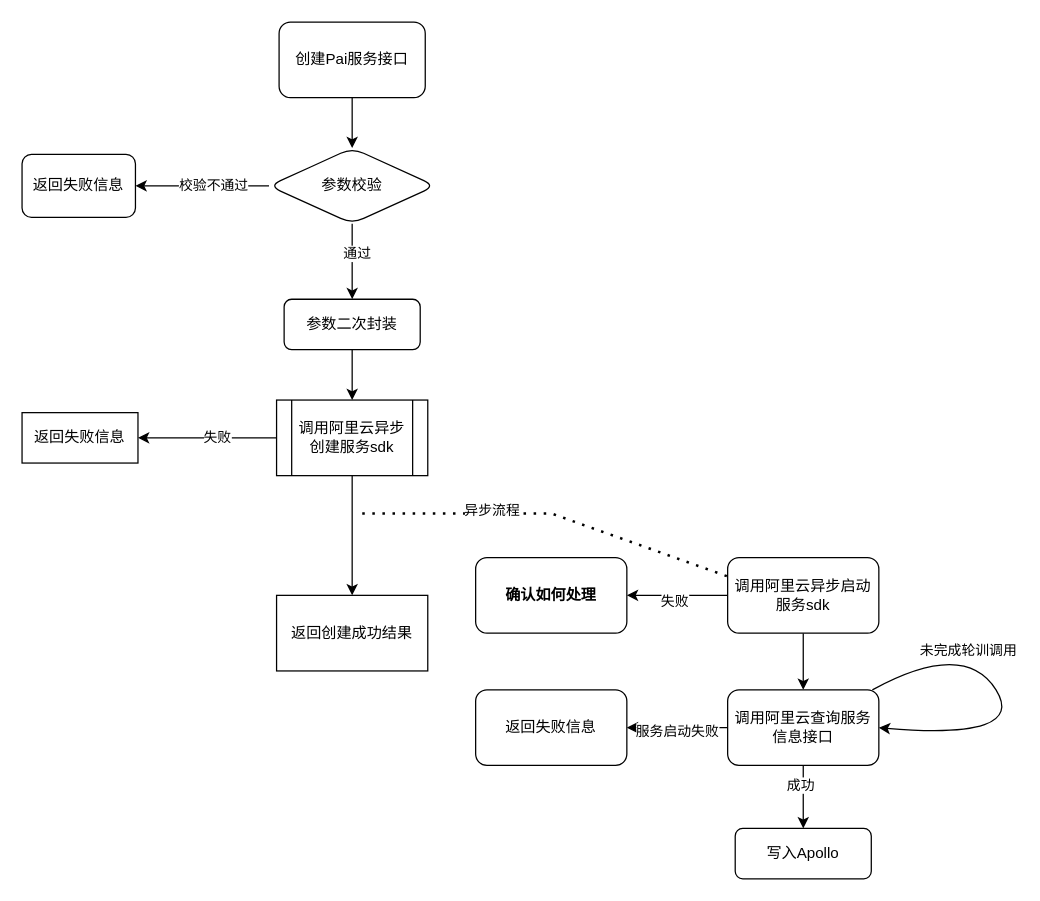
This is pai创建流程图.drawio from 1418956397/JavaWeb-Project-Source-Share, a draw.io file, before an edit. Source tidied: cells renumbered, new cells numbered last; positions are measured from the earlier drawing's top-left corner, leaving out a move shared by most shapes. Both pictures are drawn from the tidied source at 126%, with x=0, y=0 at pixel (21, 21).
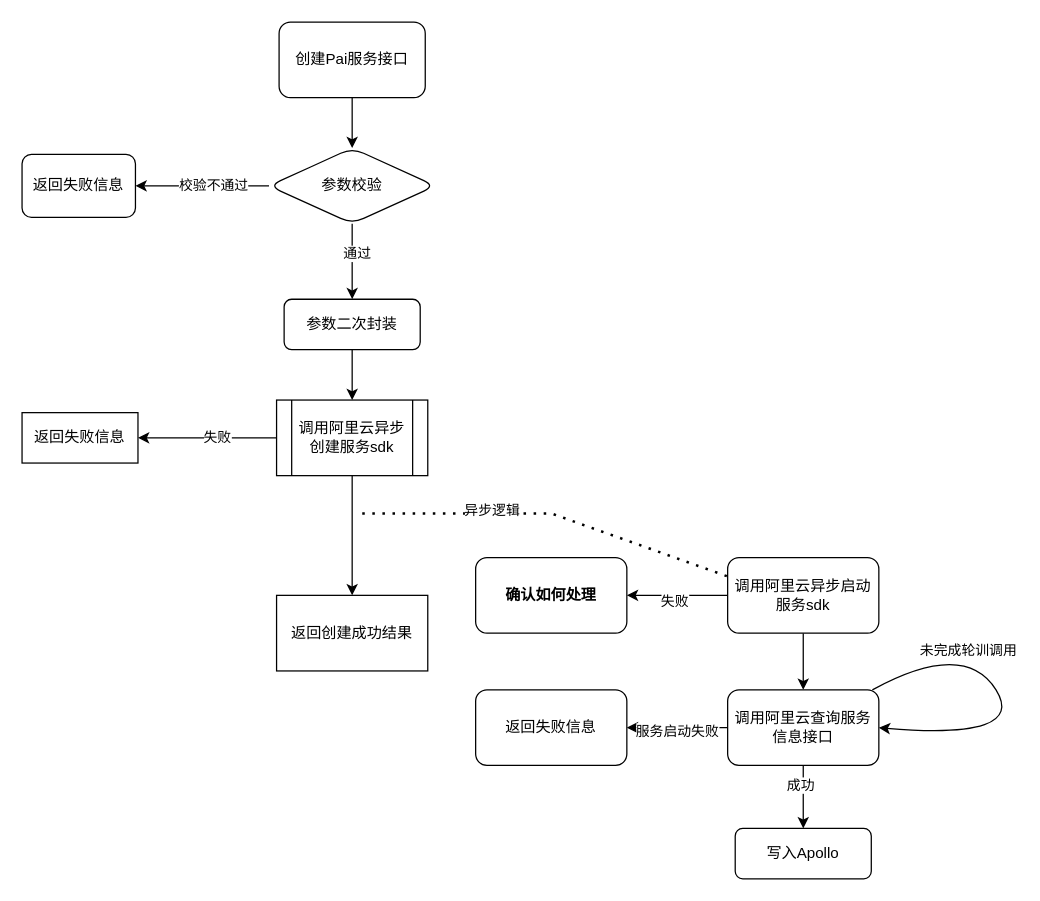
The same page after the edit.

Commit message:
更新pai创建流程图.drawio

Unchanged cells that the change refers to:
```xml
<mxCell id="32" style="endArrow=none;dashed=1;html=1;dashPattern=1 3;strokeWidth=2;rounded=0;entryX=0;entryY=0.25;entryDx=0;entryDy=0;" parent="1" edge="1" target="20">
  <mxGeometry relative="1" as="geometry">
    <mxPoint x="270" y="390" as="sourcePoint" />
    <Array as="points">
      <mxPoint x="420" y="390" />
    </Array>
  </mxGeometry>
</mxCell>
```

Change to the diagram source:
```diff
@@
-    <mxCell id="33" value="异步流程" style="edgeLabel;html=1;align=center;verticalAlign=middle;" parent="32" vertex="1">
+    <mxCell id="33" value="异步逻辑" style="edgeLabel;html=1;align=center;verticalAlign=middle;" parent="32" vertex="1">
       <mxGeometry x="-0.32" y="3" relative="1" as="geometry" />
     </mxCell>
```
